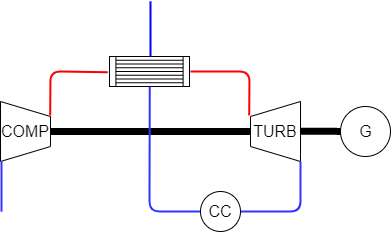
Before: Chapitre_5/Images/EFGT.png, a diagram exported from draw.io (Boreas3/TFE). Source tidied: cells renumbered, new cells last; positions are measured from the earlier drawing's top-left corner, leaving out a move shared by most shapes.
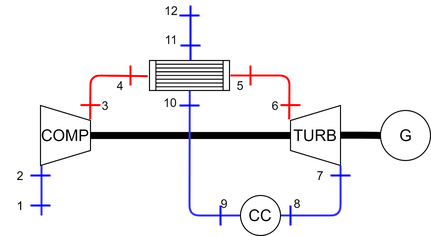
The same file after the commit.

The edit, as a diff of the source:
```diff
@@ -87,5 +87,128 @@
     <mxCell id="17" value="CC" style="text;html=1;strokeColor=none;fillColor=none;align=center;verticalAlign=middle;whiteSpace=wrap;rounded=0;fontSize=16;" parent="1" vertex="1">
       <mxGeometry x="200" y="200" width="40" height="20" as="geometry" />
     </mxCell>
+    <mxCell id="18" style="endArrow=none;html=1;strokeColor=#0000FF;strokeWidth=2;" parent="1" edge="1">
+      <mxGeometry relative="1" as="geometry">
+        <mxPoint x="-10" y="200" as="sourcePoint" />
+        <mxPoint x="10" y="200" as="targetPoint" />
+      </mxGeometry>
+    </mxCell>
+    <mxCell id="19" style="endArrow=none;html=1;strokeColor=#0000FF;strokeWidth=2;" parent="1" edge="1">
+      <mxGeometry relative="1" as="geometry">
+        <mxPoint x="-10" y="170" as="sourcePoint" />
+        <mxPoint x="10" y="170" as="targetPoint" />
+      </mxGeometry>
+    </mxCell>
+    <mxCell id="20" value="1" style="text;html=1;strokeColor=none;fillColor=none;align=center;verticalAlign=middle;whiteSpace=wrap;rounded=0;" parent="1" vertex="1">
+      <mxGeometry x="-40" y="190" width="40" height="20" as="geometry" />
+    </mxCell>
+    <mxCell id="21" value="2" style="text;html=1;strokeColor=none;fillColor=none;align=center;verticalAlign=middle;whiteSpace=wrap;rounded=0;" parent="1" vertex="1">
+      <mxGeometry x="-40" y="160" width="40" height="20" as="geometry" />
+    </mxCell>
+    <mxCell id="22" style="endArrow=none;html=1;strokeColor=#FF0000;strokeWidth=2;" parent="1" edge="1">
+      <mxGeometry relative="1" as="geometry">
+        <mxPoint x="40" y="99.6" as="sourcePoint" />
+        <mxPoint x="60" y="99.6" as="targetPoint" />
+        <Array as="points">
+          <mxPoint x="50" y="99.6" />
+        </Array>
+      </mxGeometry>
+    </mxCell>
+    <mxCell id="23" value="3" style="text;html=1;strokeColor=none;fillColor=none;align=center;verticalAlign=middle;whiteSpace=wrap;rounded=0;" parent="1" vertex="1">
+      <mxGeometry x="45" y="90" width="40" height="20" as="geometry" />
+    </mxCell>
+    <mxCell id="24" style="endArrow=none;html=1;strokeColor=#FF0000;strokeWidth=2;" parent="1" edge="1">
+      <mxGeometry relative="1" as="geometry">
+        <mxPoint x="90" y="80" as="sourcePoint" />
+        <mxPoint x="90" y="60" as="targetPoint" />
+      </mxGeometry>
+    </mxCell>
+    <mxCell id="25" value="4" style="text;html=1;strokeColor=none;fillColor=none;align=center;verticalAlign=middle;whiteSpace=wrap;rounded=0;" parent="1" vertex="1">
+      <mxGeometry x="60" y="70" width="40" height="20" as="geometry" />
+    </mxCell>
+    <mxCell id="26" style="endArrow=none;html=1;strokeColor=#FF0000;strokeWidth=2;" parent="1" edge="1">
+      <mxGeometry relative="1" as="geometry">
+        <mxPoint x="210" y="80" as="sourcePoint" />
+        <mxPoint x="210" y="60" as="targetPoint" />
+      </mxGeometry>
+    </mxCell>
+    <mxCell id="27" value="5" style="text;html=1;strokeColor=none;fillColor=none;align=center;verticalAlign=middle;whiteSpace=wrap;rounded=0;" parent="1" vertex="1">
+      <mxGeometry x="180" y="70" width="40" height="20" as="geometry" />
+    </mxCell>
+    <mxCell id="28" style="endArrow=none;html=1;strokeColor=#FF0000;strokeWidth=2;" parent="1" edge="1">
+      <mxGeometry relative="1" as="geometry">
+        <mxPoint x="240" y="99.6" as="sourcePoint" />
+        <mxPoint x="260" y="99.6" as="targetPoint" />
+        <Array as="points">
+          <mxPoint x="250" y="99.6" />
+        </Array>
+      </mxGeometry>
+    </mxCell>
+    <mxCell id="29" value="6" style="text;html=1;strokeColor=none;fillColor=none;align=center;verticalAlign=middle;whiteSpace=wrap;rounded=0;" parent="1" vertex="1">
+      <mxGeometry x="215" y="90" width="40" height="20" as="geometry" />
+    </mxCell>
+    <mxCell id="30" style="endArrow=none;html=1;strokeColor=#0000FF;strokeWidth=2;" parent="1" edge="1">
+      <mxGeometry relative="1" as="geometry">
+        <mxPoint x="290" y="170" as="sourcePoint" />
+        <mxPoint x="310" y="170" as="targetPoint" />
+      </mxGeometry>
+    </mxCell>
+    <mxCell id="31" value="7" style="text;html=1;strokeColor=none;fillColor=none;align=center;verticalAlign=middle;whiteSpace=wrap;rounded=0;" parent="1" vertex="1">
+      <mxGeometry x="260" y="160" width="40" height="20" as="geometry" />
+    </mxCell>
+    <mxCell id="32" style="endArrow=none;html=1;strokeColor=#0000FF;strokeWidth=2;" parent="1" edge="1">
+      <mxGeometry relative="1" as="geometry">
+        <mxPoint x="250" y="200" as="sourcePoint" />
+        <mxPoint x="250" y="220" as="targetPoint" />
+      </mxGeometry>
+    </mxCell>
+    <mxCell id="33" value="8" style="text;html=1;strokeColor=none;fillColor=none;align=center;verticalAlign=middle;whiteSpace=wrap;rounded=0;" parent="1" vertex="1">
+      <mxGeometry x="237" y="188" width="40" height="20" as="geometry" />
+    </mxCell>
+    <mxCell id="34" style="endArrow=none;html=1;strokeColor=#0000FF;strokeWidth=2;" parent="1" edge="1">
+      <mxGeometry relative="1" as="geometry">
+        <mxPoint x="180" y="200" as="sourcePoint" />
+        <mxPoint x="180" y="220" as="targetPoint" />
+      </mxGeometry>
+    </mxCell>
+    <mxCell id="35" value="9" style="text;html=1;strokeColor=none;fillColor=none;align=center;verticalAlign=middle;whiteSpace=wrap;rounded=0;" parent="1" vertex="1">
+      <mxGeometry x="164" y="188" width="40" height="20" as="geometry" />
+    </mxCell>
+    <mxCell id="36" style="endArrow=none;html=1;strokeColor=#0000FF;strokeWidth=2;" parent="1" edge="1">
+      <mxGeometry relative="1" as="geometry">
+        <mxPoint x="-10" y="200" as="sourcePoint" />
+        <mxPoint x="10" y="200" as="targetPoint" />
+      </mxGeometry>
+    </mxCell>
+    <mxCell id="37" value="1" style="text;html=1;strokeColor=none;fillColor=none;align=center;verticalAlign=middle;whiteSpace=wrap;rounded=0;" parent="1" vertex="1">
+      <mxGeometry x="-40" y="190" width="40" height="20" as="geometry" />
+    </mxCell>
+    <mxCell id="38" style="endArrow=none;html=1;strokeColor=#0000FF;strokeWidth=2;" parent="1" edge="1">
+      <mxGeometry relative="1" as="geometry">
+        <mxPoint x="140" y="40" as="sourcePoint" />
+        <mxPoint x="160" y="40" as="targetPoint" />
+      </mxGeometry>
+    </mxCell>
+    <mxCell id="39" value="11" style="text;html=1;strokeColor=none;fillColor=none;align=center;verticalAlign=middle;whiteSpace=wrap;rounded=0;" parent="1" vertex="1">
+      <mxGeometry x="111" y="24" width="40" height="20" as="geometry" />
+    </mxCell>
+    <mxCell id="40" style="endArrow=none;html=1;strokeColor=#0000FF;strokeWidth=2;" parent="1" edge="1">
+      <mxGeometry relative="1" as="geometry">
+        <mxPoint x="139" y="100" as="sourcePoint" />
+        <mxPoint x="159" y="100" as="targetPoint" />
+      </mxGeometry>
+    </mxCell>
+    <mxCell id="41" value="10" style="text;html=1;strokeColor=none;fillColor=none;align=center;verticalAlign=middle;whiteSpace=wrap;rounded=0;" parent="1" vertex="1">
+      <mxGeometry x="110" y="87" width="40" height="20" as="geometry" />
+    </mxCell>
+    <mxCell id="42" style="endArrow=none;html=1;strokeColor=#0000FF;strokeWidth=2;" parent="1" edge="1">
+      <mxGeometry relative="1" as="geometry">
+        <mxPoint x="139" y="10" as="sourcePoint" />
+        <mxPoint x="159" y="10" as="targetPoint" />
+      </mxGeometry>
+    </mxCell>
+    <mxCell id="43" value="12" style="text;html=1;strokeColor=none;fillColor=none;align=center;verticalAlign=middle;whiteSpace=wrap;rounded=0;" parent="1" vertex="1">
+      <mxGeometry x="111" y="-5" width="40" height="20" as="geometry" />
+    </mxCell>
   </root>
 </mxGraphModel>
```
